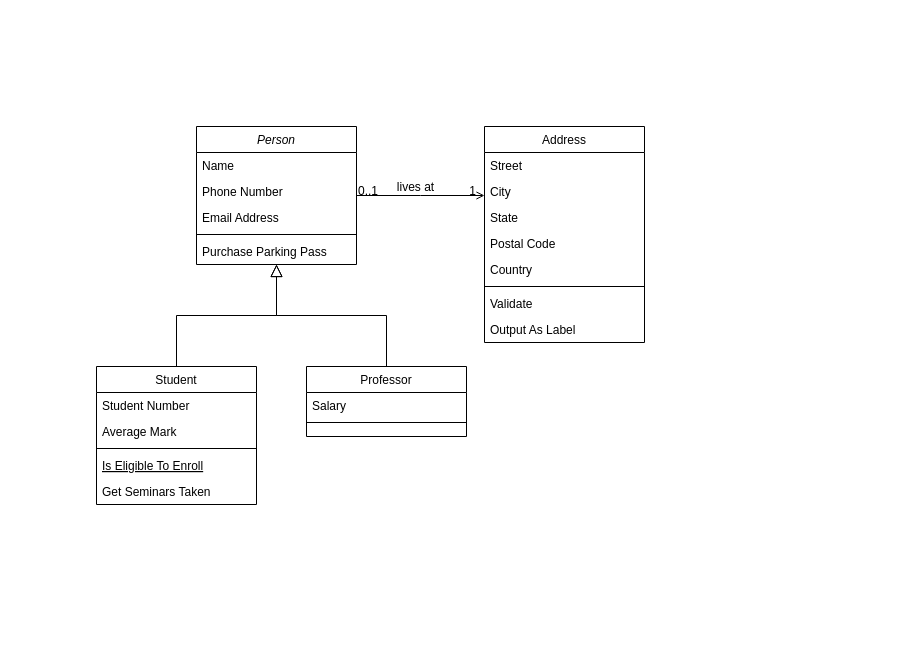
This is analysis/Untitled Diagram.drawio from BumwooPark/trader, a draw.io file, before an edit. Source tidied: cells renumbered, new cells numbered last; positions are measured from the earlier drawing's top-left corner, leaving out a move shared by most shapes. Both pictures are drawn from the tidied source at 100%, with x=0, y=0 at pixel (96, 126).
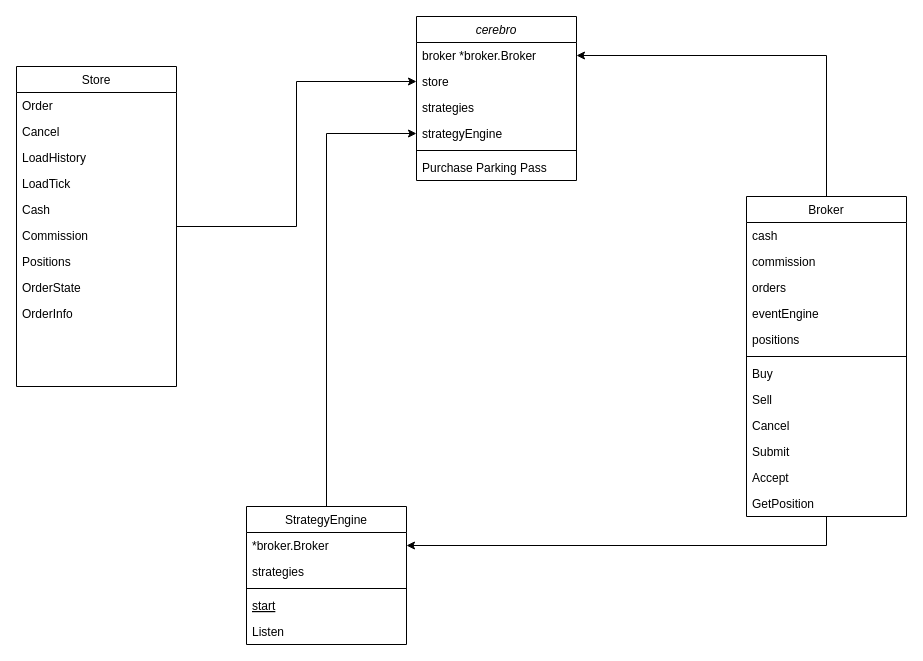
After the change.

Diff of the diagram source:
```diff
@@
-    <mxCell id="2" value="Person" style="swimlane;fontStyle=2;align=center;verticalAlign=top;horizontal=1;startSize=26;rounded=0;shadow=0;strokeWidth=1;" parent="1" vertex="1">
-      <mxGeometry x="100" width="160" height="138" as="geometry" />
+    <mxCell id="2" value="cerebro" style="swimlane;fontStyle=2;align=center;verticalAlign=top;horizontal=1;startSize=26;rounded=0;shadow=0;strokeWidth=1;" parent="1" vertex="1">
+      <mxGeometry x="320" y="-110" width="160" height="164" as="geometry" />
     </mxCell>
-    <mxCell id="3" value="Name" style="text;align=left;verticalAlign=top;spacingLeft=4;spacingRight=4;overflow=hidden;points=[[0,0.5],[1,0.5]];portConstraint=eastwest;" parent="2" vertex="1">
+    <mxCell id="3" value="broker *broker.Broker" style="text;align=left;verticalAlign=top;spacingLeft=4;spacingRight=4;overflow=hidden;points=[[0,0.5],[1,0.5]];portConstraint=eastwest;" parent="2" vertex="1">
       <mxGeometry y="26" width="160" height="26" as="geometry" />
     </mxCell>
-    <mxCell id="4" value="Phone Number" style="text;align=left;verticalAlign=top;spacingLeft=4;spacingRight=4;overflow=hidden;points=[[0,0.5],[1,0.5]];portConstraint=eastwest;rounded=0;shadow=0;html=0;" parent="2" vertex="1">
+    <mxCell id="4" value="store&#10;" style="text;align=left;verticalAlign=top;spacingLeft=4;spacingRight=4;overflow=hidden;points=[[0,0.5],[1,0.5]];portConstraint=eastwest;rounded=0;shadow=0;html=0;" parent="2" vertex="1">
       <mxGeometry y="52" width="160" height="26" as="geometry" />
     </mxCell>
-    <mxCell id="5" value="Email Address" style="text;align=left;verticalAlign=top;spacingLeft=4;spacingRight=4;overflow=hidden;rounded=0;shadow=0;html=0;" parent="2" vertex="1">
+    <mxCell id="5" value="strategies" style="text;align=left;verticalAlign=top;spacingLeft=4;spacingRight=4;overflow=hidden;rounded=0;shadow=0;html=0;" parent="2" vertex="1">
       <mxGeometry y="78" width="160" height="26" as="geometry" />
     </mxCell>
+    <mxCell id="32" value="strategyEngine" style="text;align=left;verticalAlign=top;spacingLeft=4;spacingRight=4;overflow=hidden;points=[[0,0.5],[1,0.5]];portConstraint=eastwest;rounded=0;shadow=0;html=0;" parent="2" vertex="1">
+      <mxGeometry y="104" width="160" height="26" as="geometry" />
+    </mxCell>
     <mxCell id="6" style="line;html=1;strokeWidth=1;align=left;verticalAlign=middle;spacingTop=-1;spacingLeft=3;spacingRight=3;labelPosition=right;" parent="2" vertex="1">
-      <mxGeometry y="104" width="160" height="8" as="geometry" />
+      <mxGeometry y="130" width="160" height="8" as="geometry" />
     </mxCell>
     <mxCell id="7" value="Purchase Parking Pass" style="text;align=left;verticalAlign=top;spacingLeft=4;spacingRight=4;overflow=hidden;" parent="2" vertex="1">
-      <mxGeometry y="112" width="160" height="26" as="geometry" />
+      <mxGeometry y="138" width="160" height="26" as="geometry" />
     </mxCell>
+    <mxCell id="33" style="edgeStyle=orthogonalEdgeStyle;rounded=0;jettySize=auto;html=1;" parent="1" edge="1" source="8" target="32">
+      <mxGeometry relative="1" as="geometry" />
+    </mxCell>
-    <mxCell id="8" value="Student" style="swimlane;fontStyle=0;align=center;verticalAlign=top;horizontal=1;startSize=26;rounded=0;shadow=0;strokeWidth=1;" parent="1" vertex="1">
-      <mxGeometry y="240" width="160" height="138" as="geometry" />
+    <mxCell id="8" value="StrategyEngine" style="swimlane;fontStyle=0;align=center;verticalAlign=top;horizontal=1;startSize=26;rounded=0;shadow=0;strokeWidth=1;" parent="1" vertex="1">
+      <mxGeometry x="150" y="380" width="160" height="138" as="geometry" />
     </mxCell>
-    <mxCell id="9" value="Student Number" style="text;align=left;verticalAlign=top;spacingLeft=4;spacingRight=4;overflow=hidden;points=[[0,0.5],[1,0.5]];portConstraint=eastwest;" parent="8" vertex="1">
+    <mxCell id="9" value="*broker.Broker" style="text;align=left;verticalAlign=top;spacingLeft=4;spacingRight=4;overflow=hidden;points=[[0,0.5],[1,0.5]];portConstraint=eastwest;" parent="8" vertex="1">
       <mxGeometry y="26" width="160" height="26" as="geometry" />
     </mxCell>
-    <mxCell id="10" value="Average Mark" style="text;align=left;verticalAlign=top;spacingLeft=4;spacingRight=4;overflow=hidden;rounded=0;shadow=0;html=0;" parent="8" vertex="1">
+    <mxCell id="10" value="strategies" style="text;align=left;verticalAlign=top;spacingLeft=4;spacingRight=4;overflow=hidden;rounded=0;shadow=0;html=0;" parent="8" vertex="1">
       <mxGeometry y="52" width="160" height="26" as="geometry" />
     </mxCell>
@@
-    <mxCell id="12" value="Is Eligible To Enroll" style="text;align=left;verticalAlign=top;spacingLeft=4;spacingRight=4;overflow=hidden;fontStyle=4;" parent="8" vertex="1">
+    <mxCell id="12" value="start" style="text;align=left;verticalAlign=top;spacingLeft=4;spacingRight=4;overflow=hidden;fontStyle=4;" parent="8" vertex="1">
       <mxGeometry y="86" width="160" height="26" as="geometry" />
     </mxCell>
-    <mxCell id="13" value="Get Seminars Taken" style="text;align=left;verticalAlign=top;spacingLeft=4;spacingRight=4;overflow=hidden;" parent="8" vertex="1">
+    <mxCell id="13" value="Listen" style="text;align=left;verticalAlign=top;spacingLeft=4;spacingRight=4;overflow=hidden;" parent="8" vertex="1">
       <mxGeometry y="112" width="160" height="26" as="geometry" />
     </mxCell>
-    <mxCell id="14" style="endArrow=block;endSize=10;endFill=0;shadow=0;strokeWidth=1;rounded=0;edgeStyle=elbowEdgeStyle;elbow=vertical;" parent="1" edge="1" source="8" target="2">
-      <mxGeometry relative="1" as="geometry" />
-    </mxCell>
-    <mxCell id="15" value="Professor" style="swimlane;fontStyle=0;align=center;verticalAlign=top;horizontal=1;startSize=26;rounded=0;shadow=0;strokeWidth=1;" parent="1" vertex="1">
-      <mxGeometry x="210" y="240" width="160" height="70" as="geometry" />
-    </mxCell>
-    <mxCell id="16" value="Salary" style="text;align=left;verticalAlign=top;spacingLeft=4;spacingRight=4;overflow=hidden;" parent="15" vertex="1">
-      <mxGeometry y="26" width="160" height="26" as="geometry" />
-    </mxCell>
-    <mxCell id="17" style="line;html=1;strokeWidth=1;align=left;verticalAlign=middle;spacingTop=-1;spacingLeft=3;spacingRight=3;labelPosition=right;" parent="15" vertex="1">
-      <mxGeometry y="52" width="160" height="8" as="geometry" />
-    </mxCell>
-    <mxCell id="18" style="endArrow=block;endSize=10;endFill=0;shadow=0;strokeWidth=1;rounded=0;edgeStyle=elbowEdgeStyle;elbow=vertical;" parent="1" edge="1" source="15" target="2">
-      <mxGeometry relative="1" as="geometry" />
-    </mxCell>
+    <mxCell id="34" style="edgeStyle=orthogonalEdgeStyle;rounded=0;jettySize=auto;html=1;" parent="1" edge="1" source="19" target="4">
+      <mxGeometry relative="1" as="geometry" />
+    </mxCell>
-    <mxCell id="19" value="Address" style="swimlane;fontStyle=0;align=center;verticalAlign=top;horizontal=1;startSize=26;rounded=0;shadow=0;strokeWidth=1;" parent="1" vertex="1">
-      <mxGeometry x="388" width="160" height="216" as="geometry" />
+    <mxCell id="19" value="Store&#10;" style="swimlane;fontStyle=0;align=center;verticalAlign=top;horizontal=1;startSize=26;rounded=0;shadow=0;strokeWidth=1;" parent="1" vertex="1">
+      <mxGeometry x="-80" y="-60" width="160" height="320" as="geometry" />
     </mxCell>
-    <mxCell id="20" value="Street" style="text;align=left;verticalAlign=top;spacingLeft=4;spacingRight=4;overflow=hidden;" parent="19" vertex="1">
+    <mxCell id="20" value="Order" style="text;align=left;verticalAlign=top;spacingLeft=4;spacingRight=4;overflow=hidden;" parent="19" vertex="1">
       <mxGeometry y="26" width="160" height="26" as="geometry" />
     </mxCell>
-    <mxCell id="21" value="City" style="text;align=left;verticalAlign=top;spacingLeft=4;spacingRight=4;overflow=hidden;rounded=0;shadow=0;html=0;" parent="19" vertex="1">
+    <mxCell id="21" value="Cancel" style="text;align=left;verticalAlign=top;spacingLeft=4;spacingRight=4;overflow=hidden;rounded=0;shadow=0;html=0;" parent="19" vertex="1">
       <mxGeometry y="52" width="160" height="26" as="geometry" />
     </mxCell>
-    <mxCell id="22" value="State" style="text;align=left;verticalAlign=top;spacingLeft=4;spacingRight=4;overflow=hidden;rounded=0;shadow=0;html=0;" parent="19" vertex="1">
+    <mxCell id="22" value="LoadHistory" style="text;align=left;verticalAlign=top;spacingLeft=4;spacingRight=4;overflow=hidden;rounded=0;shadow=0;html=0;" parent="19" vertex="1">
       <mxGeometry y="78" width="160" height="26" as="geometry" />
     </mxCell>
-    <mxCell id="23" value="Postal Code" style="text;align=left;verticalAlign=top;spacingLeft=4;spacingRight=4;overflow=hidden;rounded=0;shadow=0;html=0;" parent="19" vertex="1">
+    <mxCell id="23" value="LoadTick" style="text;align=left;verticalAlign=top;spacingLeft=4;spacingRight=4;overflow=hidden;rounded=0;shadow=0;html=0;" parent="19" vertex="1">
       <mxGeometry y="104" width="160" height="26" as="geometry" />
     </mxCell>
-    <mxCell id="24" value="Country" style="text;align=left;verticalAlign=top;spacingLeft=4;spacingRight=4;overflow=hidden;rounded=0;shadow=0;html=0;" parent="19" vertex="1">
+    <mxCell id="24" value="Cash" style="text;align=left;verticalAlign=top;spacingLeft=4;spacingRight=4;overflow=hidden;rounded=0;shadow=0;html=0;" parent="19" vertex="1">
       <mxGeometry y="130" width="160" height="26" as="geometry" />
     </mxCell>
+    <mxCell id="35" value="Commission" style="text;align=left;verticalAlign=top;spacingLeft=4;spacingRight=4;overflow=hidden;rounded=0;shadow=0;html=0;" parent="19" vertex="1">
+      <mxGeometry y="156" width="160" height="26" as="geometry" />
+    </mxCell>
+    <mxCell id="36" value="Positions" style="text;align=left;verticalAlign=top;spacingLeft=4;spacingRight=4;overflow=hidden;rounded=0;shadow=0;html=0;" parent="19" vertex="1">
+      <mxGeometry y="182" width="160" height="26" as="geometry" />
+    </mxCell>
+    <mxCell id="37" value="OrderState" style="text;align=left;verticalAlign=top;spacingLeft=4;spacingRight=4;overflow=hidden;rounded=0;shadow=0;html=0;" parent="19" vertex="1">
+      <mxGeometry y="208" width="160" height="26" as="geometry" />
+    </mxCell>
+    <mxCell id="38" value="OrderInfo" style="text;align=left;verticalAlign=top;spacingLeft=4;spacingRight=4;overflow=hidden;rounded=0;shadow=0;html=0;" parent="19" vertex="1">
+      <mxGeometry y="234" width="160" height="26" as="geometry" />
+    </mxCell>
+    <mxCell id="39" style="edgeStyle=orthogonalEdgeStyle;rounded=0;jettySize=auto;html=1;exitX=0.5;exitY=0;exitDx=0;exitDy=0;" parent="1" edge="1" source="41" target="3">
+      <mxGeometry relative="1" as="geometry" />
+    </mxCell>
+    <mxCell id="40" style="edgeStyle=orthogonalEdgeStyle;rounded=0;jettySize=auto;html=1;" parent="1" edge="1" source="41" target="9">
+      <mxGeometry relative="1" as="geometry" />
+    </mxCell>
+    <mxCell id="41" value="Broker" style="swimlane;fontStyle=0;align=center;verticalAlign=top;horizontal=1;startSize=26;rounded=0;shadow=0;strokeWidth=1;" parent="1" vertex="1">
+      <mxGeometry x="650" y="70" width="160" height="320" as="geometry" />
+    </mxCell>
+    <mxCell id="42" value="cash" style="text;align=left;verticalAlign=top;spacingLeft=4;spacingRight=4;overflow=hidden;" parent="41" vertex="1">
+      <mxGeometry y="26" width="160" height="26" as="geometry" />
+    </mxCell>
+    <mxCell id="43" value="commission" style="text;align=left;verticalAlign=top;spacingLeft=4;spacingRight=4;overflow=hidden;rounded=0;shadow=0;html=0;" parent="41" vertex="1">
+      <mxGeometry y="52" width="160" height="26" as="geometry" />
+    </mxCell>
+    <mxCell id="44" value="orders" style="text;align=left;verticalAlign=top;spacingLeft=4;spacingRight=4;overflow=hidden;rounded=0;shadow=0;html=0;" parent="41" vertex="1">
+      <mxGeometry y="78" width="160" height="26" as="geometry" />
+    </mxCell>
+    <mxCell id="45" value="eventEngine" style="text;align=left;verticalAlign=top;spacingLeft=4;spacingRight=4;overflow=hidden;rounded=0;shadow=0;html=0;" parent="41" vertex="1">
+      <mxGeometry y="104" width="160" height="26" as="geometry" />
+    </mxCell>
+    <mxCell id="46" value="positions" style="text;align=left;verticalAlign=top;spacingLeft=4;spacingRight=4;overflow=hidden;rounded=0;shadow=0;html=0;" parent="41" vertex="1">
+      <mxGeometry y="130" width="160" height="26" as="geometry" />
+    </mxCell>
-    <mxCell id="25" style="line;html=1;strokeWidth=1;align=left;verticalAlign=middle;spacingTop=-1;spacingLeft=3;spacingRight=3;labelPosition=right;" parent="19" vertex="1">
+    <mxCell id="25" style="line;html=1;strokeWidth=1;align=left;verticalAlign=middle;spacingTop=-1;spacingLeft=3;spacingRight=3;labelPosition=right;" parent="41" vertex="1">
       <mxGeometry y="156" width="160" height="8" as="geometry" />
     </mxCell>
-    <mxCell id="26" value="Validate" style="text;align=left;verticalAlign=top;spacingLeft=4;spacingRight=4;overflow=hidden;" parent="19" vertex="1">
-      <mxGeometry y="164" width="160" height="26" as="geometry" />
-    </mxCell>
-    <mxCell id="27" value="Output As Label" style="text;align=left;verticalAlign=top;spacingLeft=4;spacingRight=4;overflow=hidden;" parent="19" vertex="1">
-      <mxGeometry y="190" width="160" height="26" as="geometry" />
-    </mxCell>
-    <mxCell id="28" style="endArrow=open;shadow=0;strokeWidth=1;rounded=0;endFill=1;edgeStyle=elbowEdgeStyle;elbow=vertical;" parent="1" edge="1" source="2" target="19">
-      <mxGeometry x="0.5" y="41" relative="1" as="geometry">
-        <mxPoint x="-40" y="32" as="offset" />
-      </mxGeometry>
-    </mxCell>
-    <mxCell id="29" value="0..1" style="align=left;verticalAlign=bottom;labelBackgroundColor=none;fontSize=12;" parent="28" vertex="1">
-      <mxGeometry x="-1" relative="1" as="geometry">
-        <mxPoint y="4" as="offset" />
-      </mxGeometry>
-    </mxCell>
-    <mxCell id="30" value="1" style="align=right;verticalAlign=bottom;labelBackgroundColor=none;fontSize=12;" parent="28" vertex="1">
-      <mxGeometry x="1" relative="1" as="geometry">
-        <mxPoint x="-7" y="4" as="offset" />
-      </mxGeometry>
-    </mxCell>
-    <mxCell id="31" value="lives at" style="text;html=1;align=center;verticalAlign=middle;labelBackgroundColor=none;rounded=0;shadow=0;strokeWidth=1;fontSize=12;" parent="28" vertex="1">
-      <mxGeometry x="0.5" y="49" relative="1" as="geometry">
-        <mxPoint x="-38" y="40" as="offset" />
-      </mxGeometry>
-    </mxCell>
+    <mxCell id="47" value="Buy" style="text;align=left;verticalAlign=top;spacingLeft=4;spacingRight=4;overflow=hidden;" parent="41" vertex="1">
+      <mxGeometry y="164" width="160" height="26" as="geometry" />
+    </mxCell>
+    <mxCell id="48" value="Sell" style="text;align=left;verticalAlign=top;spacingLeft=4;spacingRight=4;overflow=hidden;" parent="41" vertex="1">
+      <mxGeometry y="190" width="160" height="26" as="geometry" />
+    </mxCell>
+    <mxCell id="49" value="Cancel" style="text;align=left;verticalAlign=top;spacingLeft=4;spacingRight=4;overflow=hidden;" parent="41" vertex="1">
+      <mxGeometry y="216" width="160" height="26" as="geometry" />
+    </mxCell>
+    <mxCell id="50" value="Submit" style="text;align=left;verticalAlign=top;spacingLeft=4;spacingRight=4;overflow=hidden;" parent="41" vertex="1">
+      <mxGeometry y="242" width="160" height="26" as="geometry" />
+    </mxCell>
+    <mxCell id="51" value="Accept" style="text;align=left;verticalAlign=top;spacingLeft=4;spacingRight=4;overflow=hidden;" parent="41" vertex="1">
+      <mxGeometry y="268" width="160" height="26" as="geometry" />
+    </mxCell>
+    <mxCell id="52" value="GetPosition" style="text;align=left;verticalAlign=top;spacingLeft=4;spacingRight=4;overflow=hidden;" parent="41" vertex="1">
+      <mxGeometry y="294" width="160" height="26" as="geometry" />
+    </mxCell>
```
